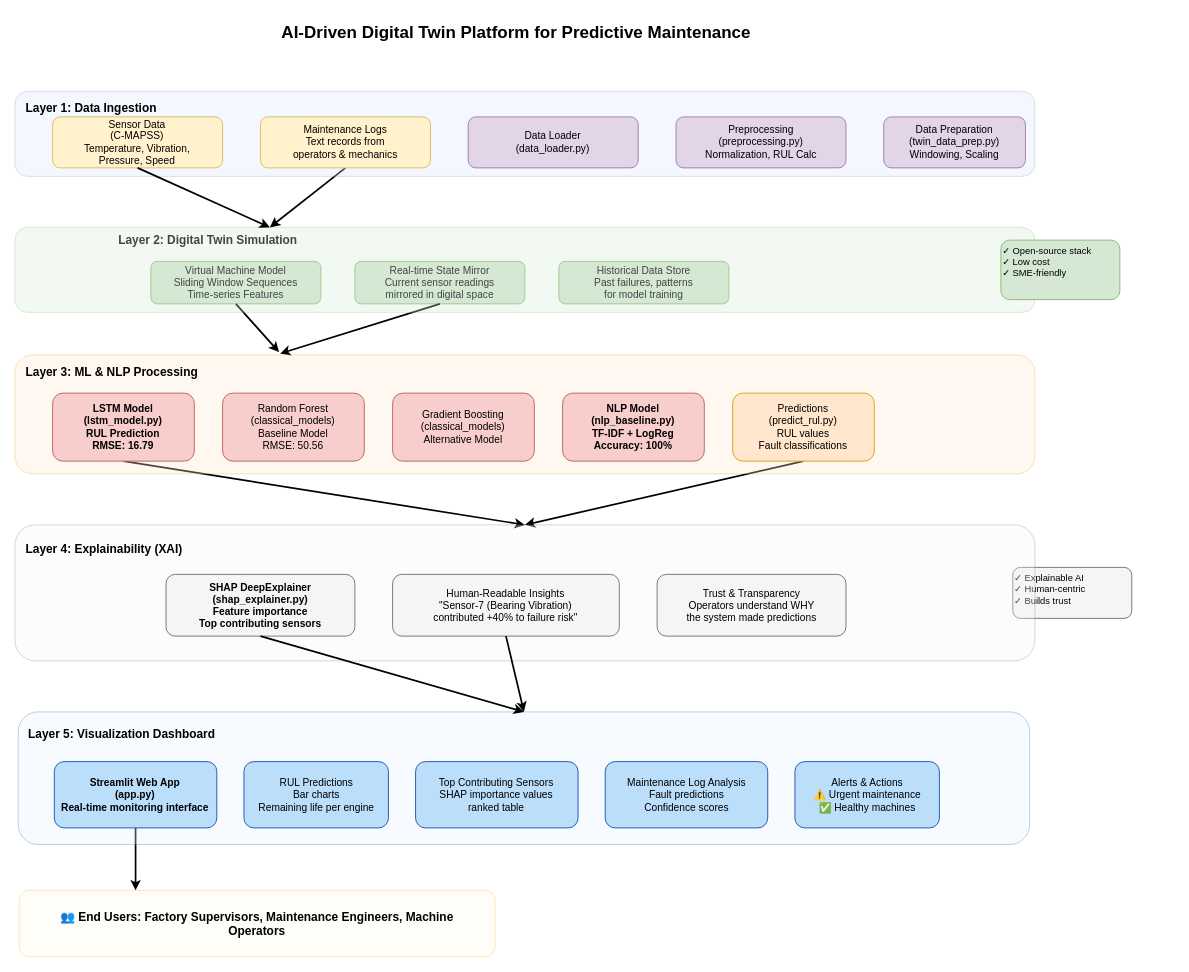
Before: ARCHITECTURE/system_architecture.drawio in Nishita1516/DigitalTwinSME, a draw.io diagram. Source tidied: cells renumbered, new cells numbered last; positions are measured from the earlier drawing's top-left corner, leaving out a move shared by most shapes. Both pictures are drawn from the tidied source at 85%, with x=0, y=0 at pixel (14, 14).
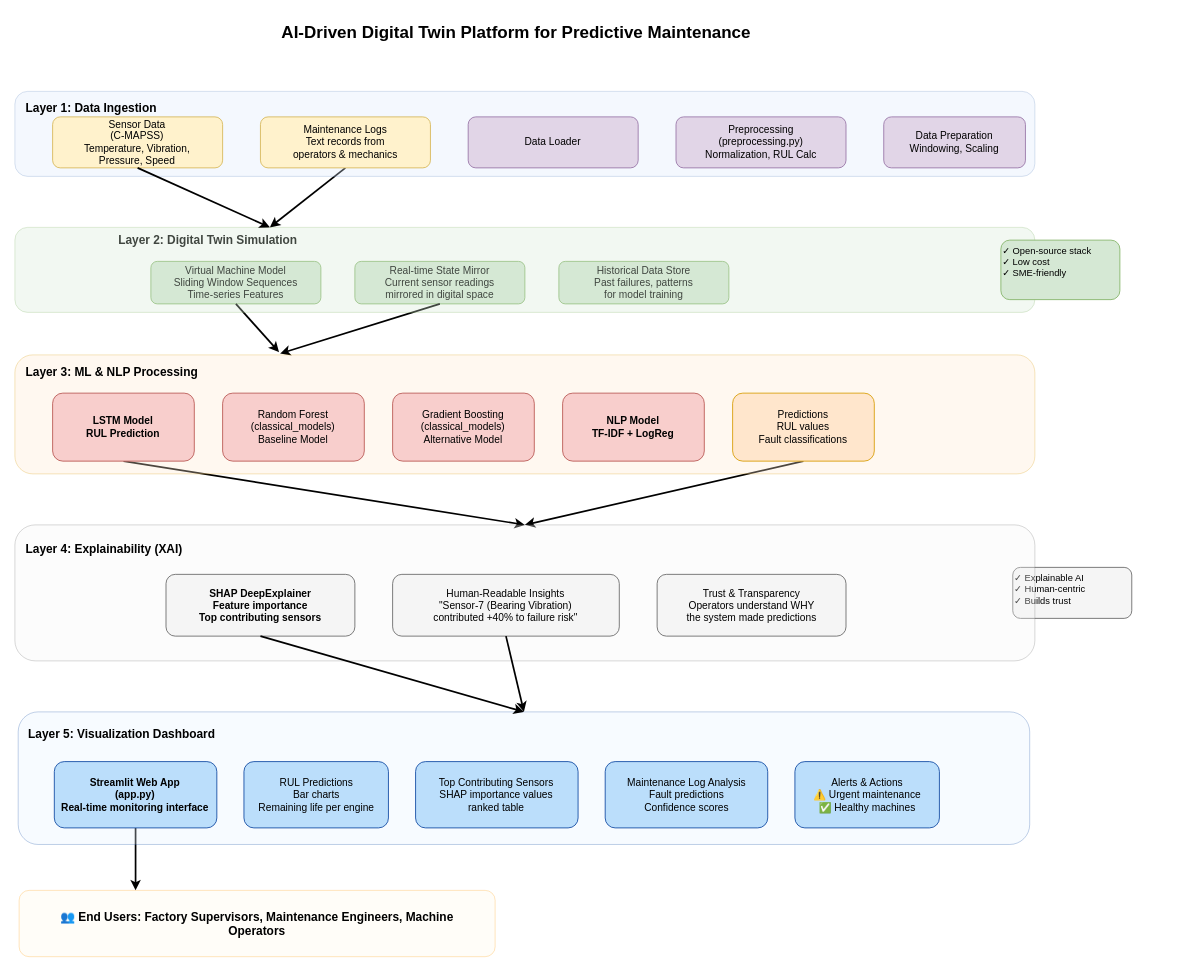
The same diagram, later.

Unchanged cells that the change refers to:
```xml
<mxCell id="28" style="group;" parent="1" vertex="1">
  <mxGeometry y="600" width="1200" height="160" as="geometry" />
</mxCell>
<mxCell id="34" style="group;" parent="1" vertex="1">
  <mxGeometry y="400" width="1200" height="140" as="geometry" />
</mxCell>
<mxCell id="42" style="group;" parent="1" vertex="1">
  <mxGeometry y="90" width="1200" height="100" as="geometry" />
</mxCell>
```

What changed in the source:
```diff
@@
-    <mxCell id="31" value="SHAP DeepExplainer&#10;(shap_explainer.py)&#10;Feature importance&#10;Top contributing sensors" style="rounded=1;whiteSpace=wrap;html=1;fillColor=#f5f5f5;strokeColor=#666666;fontStyle=1;" parent="28" vertex="1">
+    <mxCell id="31" value="SHAP DeepExplainer&lt;br&gt;Feature importance&lt;br&gt;Top contributing sensors" style="rounded=1;whiteSpace=wrap;html=1;fillColor=#f5f5f5;strokeColor=#666666;fontStyle=1;" parent="28" vertex="1">
       <mxGeometry x="177.8" y="58.2" width="222.2" height="72.7" as="geometry" />
     </mxCell>
@@
-    <mxCell id="37" value="LSTM Model&#10;(lstm_model.py)&#10;RUL Prediction&#10;RMSE: 16.79" style="rounded=1;whiteSpace=wrap;html=1;fillColor=#f8cecc;strokeColor=#b85450;fontStyle=1;" parent="34" vertex="1">
+    <mxCell id="37" value="LSTM Model&lt;br&gt;RUL Prediction" style="rounded=1;whiteSpace=wrap;html=1;fillColor=#f8cecc;strokeColor=#b85450;fontStyle=1;" parent="34" vertex="1">
       <mxGeometry x="44.4" y="45" width="166.7" height="80" as="geometry" />
     </mxCell>
-    <mxCell id="38" value="Random Forest&#10;(classical_models)&#10;Baseline Model&#10;RMSE: 50.56" style="rounded=1;whiteSpace=wrap;html=1;fillColor=#f8cecc;strokeColor=#b85450;" parent="34" vertex="1">
+    <mxCell id="38" value="Random Forest&lt;br&gt;(classical_models)&lt;br&gt;Baseline Model" style="rounded=1;whiteSpace=wrap;html=1;fillColor=#f8cecc;strokeColor=#b85450;" parent="34" vertex="1">
       <mxGeometry x="244.4" y="45" width="166.7" height="80" as="geometry" />
     </mxCell>
@@
-    <mxCell id="40" value="NLP Model&#10;(nlp_baseline.py)&#10;TF-IDF + LogReg&#10;Accuracy: 100%" style="rounded=1;whiteSpace=wrap;html=1;fillColor=#f8cecc;strokeColor=#b85450;fontStyle=1;" parent="34" vertex="1">
+    <mxCell id="40" value="NLP Model&lt;br&gt;TF-IDF + LogReg" style="rounded=1;whiteSpace=wrap;html=1;fillColor=#f8cecc;strokeColor=#b85450;fontStyle=1;" parent="34" vertex="1">
       <mxGeometry x="644.4" y="45" width="166.7" height="80" as="geometry" />
     </mxCell>
-    <mxCell id="41" value="Predictions&#10;(predict_rul.py)&#10;RUL values&#10;Fault classifications" style="rounded=1;whiteSpace=wrap;html=1;fillColor=#ffe6cc;strokeColor=#d79b00;" parent="34" vertex="1">
+    <mxCell id="41" value="Predictions&lt;br&gt;RUL values&lt;br&gt;Fault classifications" style="rounded=1;whiteSpace=wrap;html=1;fillColor=#ffe6cc;strokeColor=#d79b00;" parent="34" vertex="1">
       <mxGeometry x="844.4" y="45" width="166.7" height="80" as="geometry" />
     </mxCell>
@@
-    <mxCell id="47" value="Data Loader&#10;(data_loader.py)" style="rounded=1;whiteSpace=wrap;html=1;fillColor=#e1d5e7;strokeColor=#9673a6;" parent="42" vertex="1">
+    <mxCell id="47" value="Data Loader" style="rounded=1;whiteSpace=wrap;html=1;fillColor=#e1d5e7;strokeColor=#9673a6;" parent="42" vertex="1">
       <mxGeometry x="533.3" y="30" width="200" height="60" as="geometry" />
     </mxCell>
@@
-    <mxCell id="49" value="Data Preparation&#10;(twin_data_prep.py)&#10;Windowing, Scaling" style="rounded=1;whiteSpace=wrap;html=1;fillColor=#e1d5e7;strokeColor=#9673a6;" parent="42" vertex="1">
+    <mxCell id="49" value="Data Preparation&lt;br&gt;Windowing, Scaling" style="rounded=1;whiteSpace=wrap;html=1;fillColor=#e1d5e7;strokeColor=#9673a6;" parent="42" vertex="1">
       <mxGeometry x="1022.2" y="30" width="166.7" height="60" as="geometry" />
     </mxCell>
```
